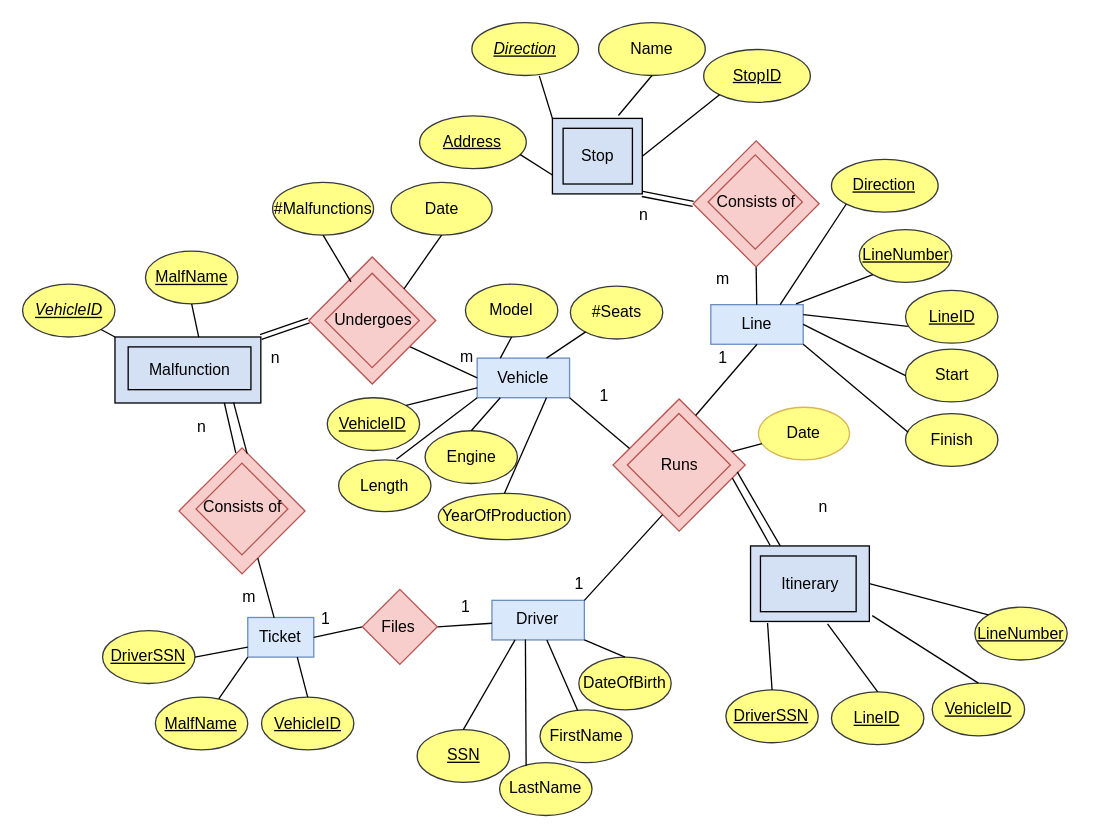
This is Untitled Diagram.drawio from kotsos2000/kotsos2000, a draw.io file, before an edit. Source tidied: cells renumbered, new cells numbered last; positions are measured from the earlier drawing's top-left corner, leaving out a move shared by most shapes. Both pictures are drawn from the tidied source at 132%, with x=0, y=0 at pixel (22, 22).
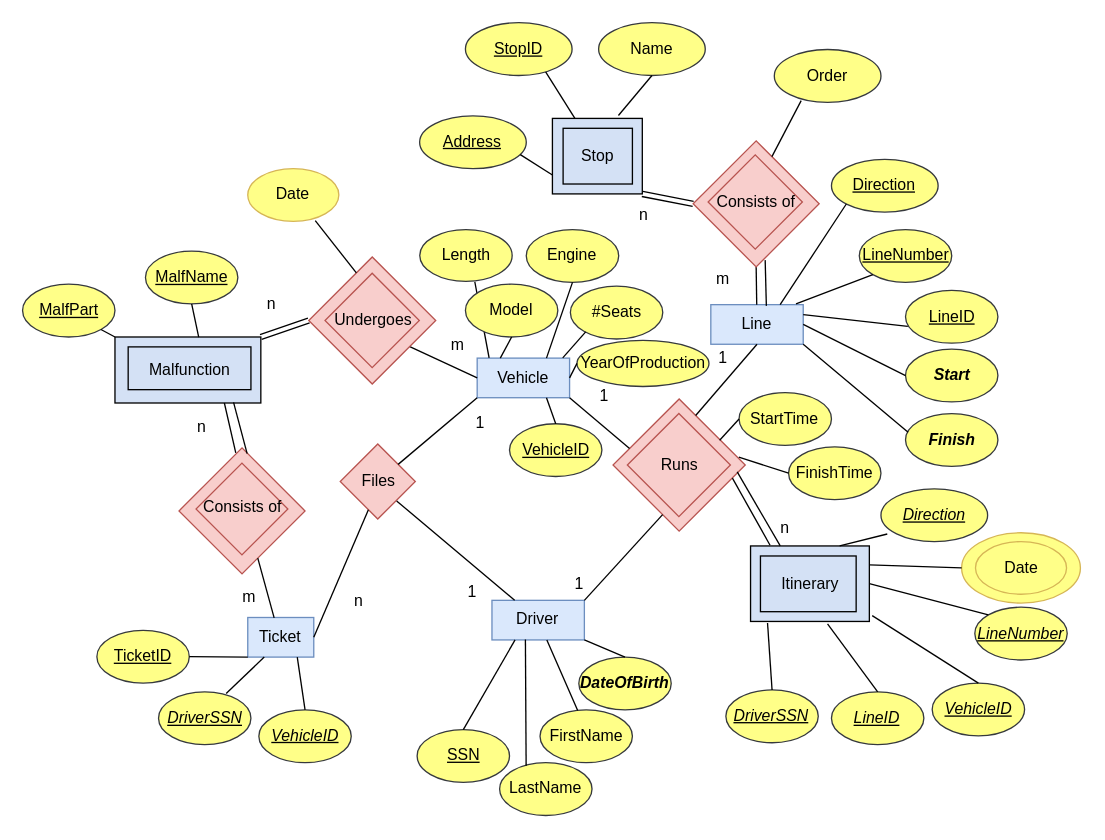
Above is the later version.

Unchanged cells that the change refers to:
```xml
<mxCell id="2" style="rounded=0;whiteSpace=wrap;html=1;fillColor=#D4E1F5;" parent="1" vertex="1">
  <mxGeometry x="551.1" y="396.1" width="90" height="57.2" as="geometry" />
</mxCell>
<mxCell id="3" value="&lt;div&gt;Vehicle&lt;/div&gt;" style="rounded=0;whiteSpace=wrap;html=1;fillColor=#dae8fc;strokeColor=#6c8ebf;" parent="1" vertex="1">
  <mxGeometry x="344" y="253.8" width="70" height="30" as="geometry" />
</mxCell>
<mxCell id="4" value="&lt;div&gt;Driver&lt;/div&gt;" style="rounded=0;whiteSpace=wrap;html=1;fillColor=#dae8fc;strokeColor=#6c8ebf;" parent="1" vertex="1">
  <mxGeometry x="355.2" y="437.3" width="70" height="30" as="geometry" />
</mxCell>
<mxCell id="5" value="&lt;div&gt;Line&lt;/div&gt;" style="rounded=0;whiteSpace=wrap;html=1;fillColor=#dae8fc;strokeColor=#6c8ebf;" parent="1" vertex="1">
  <mxGeometry x="521" y="213.3" width="70" height="30" as="geometry" />
</mxCell>
<mxCell id="6" value="&lt;div&gt;Ticket&lt;/div&gt;" style="rounded=0;whiteSpace=wrap;html=1;fillColor=#dae8fc;strokeColor=#6c8ebf;" parent="1" vertex="1">
  <mxGeometry x="170.2" y="450.3" width="50" height="30" as="geometry" />
</mxCell>
<mxCell id="26" style="rounded=0;whiteSpace=wrap;html=1;fillColor=#D4E1F5;" parent="1" vertex="1">
  <mxGeometry x="401" y="72.2" width="68.1" height="57.2" as="geometry" />
</mxCell>
<mxCell id="28" style="whiteSpace=wrap;html=1;rotation=45;fillColor=#f8cecc;strokeColor=#b85450;" parent="1" vertex="1">
  <mxGeometry x="461.6" y="299.4" width="70.8" height="70.8" as="geometry" />
</mxCell>
<mxCell id="31" style="whiteSpace=wrap;html=1;rotation=45;fillColor=#f8cecc;strokeColor=#b85450;" parent="1" vertex="1">
  <mxGeometry x="521.6" y="103.2" width="67.5" height="67.5" as="geometry" />
</mxCell>
<mxCell id="34" style="whiteSpace=wrap;html=1;rotation=45;fillColor=#f8cecc;strokeColor=#b85450;" parent="1" vertex="1">
  <mxGeometry x="230.5" y="191.3" width="68" height="68" as="geometry" />
</mxCell>
```

Diff of the diagram source:
```diff
@@
+    <mxCell id="117" style="ellipse;whiteSpace=wrap;html=1;fillColor=#FFFF88;strokeColor=#d6b656;" parent="1" vertex="1">
+      <mxGeometry x="711" y="386.1" width="90" height="53.3" as="geometry" />
+    </mxCell>
+    <mxCell id="19" style="whiteSpace=wrap;html=1;fillColor=#f8cecc;rotation=45;strokeColor=#b85450;" parent="1" vertex="1">
+      <mxGeometry x="248.6" y="327.2" width="40.2" height="40.2" as="geometry" />
+    </mxCell>
@@
     <mxCell id="10" value="m" style="text;html=1;align=center;verticalAlign=middle;strokeColor=none;fillColor=none;" parent="1" vertex="1">
-      <mxGeometry x="320.5" y="237.8" width="30" height="30" as="geometry" />
+      <mxGeometry x="314" y="229.3" width="30" height="30" as="geometry" />
     </mxCell>
@@
     <mxCell id="12" value="n" style="text;html=1;align=center;verticalAlign=middle;strokeColor=none;fillColor=none;" parent="1" vertex="1">
-      <mxGeometry x="175.9" y="239.2" width="30" height="30" as="geometry" />
+      <mxGeometry x="172.6" y="197.8" width="30" height="30" as="geometry" />
     </mxCell>
@@
-    <mxCell id="15" style="endArrow=none;html=1;rounded=0;exitX=1;exitY=0;exitDx=0;exitDy=0;" parent="1" edge="1" source="19" target="4">
+    <mxCell id="15" style="endArrow=none;html=1;rounded=0;exitX=0.784;exitY=0.987;exitDx=0;exitDy=0;exitPerimeter=0;" parent="1" edge="1" source="20" target="4">
       <mxGeometry relative="1" as="geometry" />
     </mxCell>
-    <mxCell id="16" style="endArrow=none;html=1;rounded=0;exitX=1;exitY=0.5;exitDx=0;exitDy=0;entryX=0;entryY=1;entryDx=0;entryDy=0;" parent="1" edge="1" source="6" target="19">
+    <mxCell id="16" style="endArrow=none;html=1;rounded=0;exitX=1;exitY=0.5;exitDx=0;exitDy=0;entryX=0.75;entryY=1;entryDx=0;entryDy=0;" parent="1" edge="1" source="6" target="19">
       <mxGeometry relative="1" as="geometry" />
     </mxCell>
     <mxCell id="17" value="1" style="text;html=1;align=center;verticalAlign=middle;strokeColor=none;fillColor=none;" parent="1" vertex="1">
-      <mxGeometry x="320.4" y="428.4" width="30" height="30" as="geometry" />
+      <mxGeometry x="325.2" y="415.8" width="30" height="30" as="geometry" />
     </mxCell>
-    <mxCell id="18" value="1" style="text;html=1;align=center;verticalAlign=middle;strokeColor=none;fillColor=none;" parent="1" vertex="1">
-      <mxGeometry x="213.8" y="437.4" width="30" height="30" as="geometry" />
+    <mxCell id="18" value="n" style="text;html=1;align=center;verticalAlign=middle;strokeColor=none;fillColor=none;" parent="1" vertex="1">
+      <mxGeometry x="239.2" y="423.3" width="30" height="30" as="geometry" />
     </mxCell>
-    <mxCell id="19" style="whiteSpace=wrap;html=1;fillColor=#f8cecc;rotation=45;strokeColor=#b85450;" parent="1" vertex="1">
-      <mxGeometry x="265.3" y="437.3" width="40.2" height="40.2" as="geometry" />
-    </mxCell>
     <mxCell id="20" value="Files" style="text;html=1;align=center;verticalAlign=middle;points=[];strokeColor=none;fillColor=none;" parent="1" vertex="1">
-      <mxGeometry x="259" y="442.5" width="50" height="30" as="geometry" />
+      <mxGeometry x="243.8" y="332.4" width="50" height="30" as="geometry" />
     </mxCell>
@@
-    <mxCell id="45" value="&lt;u&gt;VehicleID&lt;/u&gt;" style="ellipse;whiteSpace=wrap;html=1;fillColor=#ffff88;strokeColor=#36393d;" parent="1" vertex="1">
-      <mxGeometry x="180.6" y="510.6" width="70" height="40" as="geometry" />
-    </mxCell>
-    <mxCell id="46" style="endArrow=none;html=1;rounded=0;exitX=0.5;exitY=0;exitDx=0;exitDy=0;entryX=0.75;entryY=1;entryDx=0;entryDy=0;" parent="1" edge="1" source="45" target="6">
-      <mxGeometry relative="1" as="geometry" />
-    </mxCell>
-    <mxCell id="47" value="&lt;u&gt;MalfName&lt;/u&gt;" style="ellipse;whiteSpace=wrap;html=1;fillColor=#ffff88;strokeColor=#36393d;" parent="1" vertex="1">
-      <mxGeometry x="100.2" y="510.6" width="70" height="40" as="geometry" />
-    </mxCell>
-    <mxCell id="48" style="endArrow=none;html=1;rounded=0;entryX=0;entryY=1;entryDx=0;entryDy=0;startArrow=none;" parent="1" edge="1" source="47" target="6">
-      <mxGeometry relative="1" as="geometry" />
-    </mxCell>
-    <mxCell id="49" value="&lt;u&gt;&lt;i&gt;VehicleID&lt;/i&gt;&lt;/u&gt;" style="ellipse;whiteSpace=wrap;html=1;fillColor=#ffff88;strokeColor=#36393d;" parent="1" vertex="1">
+    <mxCell id="49" value="&lt;u&gt;MalfPart&lt;/u&gt;" style="ellipse;whiteSpace=wrap;html=1;fillColor=#ffff88;strokeColor=#36393d;" parent="1" vertex="1">
       <mxGeometry x="-0.4" y="197.8" width="70" height="40" as="geometry" />
     </mxCell>
@@
-    <mxCell id="59" value="DateOfBirth" style="ellipse;whiteSpace=wrap;html=1;fillColor=#ffff88;strokeColor=#36393d;" parent="1" vertex="1">
+    <mxCell id="59" value="&lt;b&gt;&lt;i&gt;DateOfBirth&lt;/i&gt;&lt;/b&gt;" style="ellipse;whiteSpace=wrap;html=1;fillColor=#ffff88;strokeColor=#36393d;" parent="1" vertex="1">
       <mxGeometry x="421" y="480.3" width="70" height="40" as="geometry" />
     </mxCell>
@@
-    <mxCell id="61" value="&lt;u&gt;DriverSSN&lt;/u&gt;" style="ellipse;whiteSpace=wrap;html=1;fillColor=#ffff88;strokeColor=#36393d;" parent="1" vertex="1">
+    <mxCell id="61" value="&lt;i&gt;&lt;u&gt;DriverSSN&lt;/u&gt;&lt;/i&gt;" style="ellipse;whiteSpace=wrap;html=1;fillColor=#ffff88;strokeColor=#36393d;" parent="1" vertex="1">
       <mxGeometry x="532.4" y="505.2" width="70" height="40" as="geometry" />
     </mxCell>
@@
-    <mxCell id="63" value="&lt;u&gt;LineID&lt;/u&gt;" style="ellipse;whiteSpace=wrap;html=1;fillColor=#ffff88;strokeColor=#36393d;" parent="1" vertex="1">
+    <mxCell id="63" value="&lt;i&gt;&lt;u&gt;LineID&lt;/u&gt;&lt;/i&gt;" style="ellipse;whiteSpace=wrap;html=1;fillColor=#ffff88;strokeColor=#36393d;" parent="1" vertex="1">
       <mxGeometry x="612.4" y="506.6" width="70" height="40" as="geometry" />
     </mxCell>
@@
-    <mxCell id="65" value="&lt;u&gt;VehicleID&lt;/u&gt;" style="ellipse;whiteSpace=wrap;html=1;fillColor=#ffff88;strokeColor=#36393d;" parent="1" vertex="1">
+    <mxCell id="65" value="&lt;i&gt;&lt;u&gt;VehicleID&lt;/u&gt;&lt;/i&gt;" style="ellipse;whiteSpace=wrap;html=1;fillColor=#ffff88;strokeColor=#36393d;" parent="1" vertex="1">
       <mxGeometry x="688.7" y="500" width="70" height="40" as="geometry" />
     </mxCell>
@@
     <mxCell id="67" value="&lt;u&gt;VehicleID&lt;/u&gt;" style="ellipse;whiteSpace=wrap;html=1;fillColor=#ffff88;strokeColor=#36393d;" parent="1" vertex="1">
-      <mxGeometry x="230.4" y="283.8" width="70" height="40" as="geometry" />
+      <mxGeometry x="368.5" y="303.5" width="70" height="40" as="geometry" />
     </mxCell>
-    <mxCell id="68" style="endArrow=none;html=1;rounded=0;exitX=1;exitY=0;exitDx=0;exitDy=0;entryX=0;entryY=0.75;entryDx=0;entryDy=0;" parent="1" edge="1" source="67" target="3">
+    <mxCell id="68" style="endArrow=none;html=1;rounded=0;exitX=0.5;exitY=0;exitDx=0;exitDy=0;entryX=0.75;entryY=1;entryDx=0;entryDy=0;" parent="1" edge="1" source="67" target="3">
       <mxGeometry relative="1" as="geometry" />
     </mxCell>
     <mxCell id="69" value="Engine" style="ellipse;whiteSpace=wrap;html=1;fillColor=#ffff88;strokeColor=#36393d;" parent="1" vertex="1">
-      <mxGeometry x="304.5" y="308.8" width="70" height="40" as="geometry" />
+      <mxGeometry x="381.2" y="156.4" width="70" height="40" as="geometry" />
     </mxCell>
-    <mxCell id="70" style="endArrow=none;html=1;rounded=0;exitX=0.5;exitY=0;exitDx=0;exitDy=0;entryX=0.25;entryY=1;entryDx=0;entryDy=0;" parent="1" edge="1" source="69" target="3">
+    <mxCell id="70" style="endArrow=none;html=1;rounded=0;exitX=0.5;exitY=1;exitDx=0;exitDy=0;entryX=0.75;entryY=0;entryDx=0;entryDy=0;" parent="1" edge="1" source="69" target="3">
       <mxGeometry relative="1" as="geometry" />
     </mxCell>
     <mxCell id="71" value="YearOfProduction" style="ellipse;whiteSpace=wrap;html=1;fillColor=#ffff88;strokeColor=#36393d;" parent="1" vertex="1">
-      <mxGeometry x="314.6" y="356.3" width="100" height="35" as="geometry" />
+      <mxGeometry x="419.6" y="240.3" width="100" height="35" as="geometry" />
     </mxCell>
-    <mxCell id="72" style="endArrow=none;html=1;rounded=0;exitX=0.5;exitY=0;exitDx=0;exitDy=0;entryX=0.75;entryY=1;entryDx=0;entryDy=0;" parent="1" edge="1" source="71" target="3">
+    <mxCell id="72" style="endArrow=none;html=1;rounded=0;exitX=0;exitY=0.5;exitDx=0;exitDy=0;entryX=1;entryY=0.5;entryDx=0;entryDy=0;" parent="1" edge="1" source="71" target="3">
       <mxGeometry relative="1" as="geometry" />
     </mxCell>
     <mxCell id="73" value="Length" style="ellipse;whiteSpace=wrap;html=1;fillColor=#ffff88;strokeColor=#36393d;" parent="1" vertex="1">
-      <mxGeometry x="239" y="330.9" width="70" height="39.2" as="geometry" />
+      <mxGeometry x="300.5" y="156.4" width="70" height="39.2" as="geometry" />
     </mxCell>
-    <mxCell id="74" style="endArrow=none;html=1;rounded=0;entryX=0;entryY=1;entryDx=0;entryDy=0;exitX=0.626;exitY=-0.012;exitDx=0;exitDy=0;exitPerimeter=0;" parent="1" edge="1" source="73" target="3">
+    <mxCell id="74" style="endArrow=none;html=1;rounded=0;entryX=0.129;entryY=-0.005;entryDx=0;entryDy=0;exitX=0.596;exitY=1.013;exitDx=0;exitDy=0;exitPerimeter=0;entryPerimeter=0;" parent="1" edge="1" source="73" target="3">
       <mxGeometry relative="1" as="geometry" />
     </mxCell>
@@
-    <mxCell id="76" style="endArrow=none;html=1;rounded=0;exitX=0.109;exitY=0.986;exitDx=0;exitDy=0;exitPerimeter=0;entryX=0.75;entryY=0;entryDx=0;entryDy=0;" parent="1" edge="1" target="3">
+    <mxCell id="76" style="endArrow=none;html=1;rounded=0;exitX=0.109;exitY=0.986;exitDx=0;exitDy=0;exitPerimeter=0;entryX=0.926;entryY=-0.005;entryDx=0;entryDy=0;entryPerimeter=0;" parent="1" edge="1" target="3">
       <mxGeometry relative="1" as="geometry">
         <mxPoint x="426.2" y="233.9" as="sourcePoint" />
       </mxGeometry>
     </mxCell>
@@
-    <mxCell id="81" value="Start" style="ellipse;whiteSpace=wrap;html=1;fillColor=#ffff88;strokeColor=#36393d;" parent="1" vertex="1">
+    <mxCell id="81" value="&lt;i&gt;&lt;b&gt;Start&lt;/b&gt;&lt;/i&gt;" style="ellipse;whiteSpace=wrap;html=1;fillColor=#ffff88;strokeColor=#36393d;" parent="1" vertex="1">
       <mxGeometry x="668.5" y="247" width="70" height="40" as="geometry" />
     </mxCell>
@@
-    <mxCell id="83" value="Finish" style="ellipse;whiteSpace=wrap;html=1;fillColor=#ffff88;strokeColor=#36393d;" parent="1" vertex="1">
+    <mxCell id="83" value="&lt;i&gt;&lt;b&gt;Finish&lt;/b&gt;&lt;/i&gt;" style="ellipse;whiteSpace=wrap;html=1;fillColor=#ffff88;strokeColor=#36393d;" parent="1" vertex="1">
       <mxGeometry x="668.5" y="295.8" width="70" height="40" as="geometry" />
     </mxCell>
@@
-    <mxCell id="87" value="&lt;i&gt;&lt;u&gt;Direction&lt;/u&gt;&lt;/i&gt;" style="ellipse;whiteSpace=wrap;html=1;fillColor=#ffff88;strokeColor=#36393d;" parent="1" vertex="1">
-      <mxGeometry x="340" y="-0.3" width="80.8" height="40" as="geometry" />
-    </mxCell>
-    <mxCell id="88" style="endArrow=none;html=1;rounded=0;exitX=0.632;exitY=1.007;exitDx=0;exitDy=0;exitPerimeter=0;entryX=0;entryY=0;entryDx=0;entryDy=0;" parent="1" edge="1" source="87" target="26">
-      <mxGeometry relative="1" as="geometry" />
-    </mxCell>
@@
-    <mxCell id="93" value="&lt;u&gt;DriverSSN&lt;/u&gt;" style="ellipse;whiteSpace=wrap;html=1;fillColor=#ffff88;strokeColor=#36393d;" parent="1" vertex="1">
-      <mxGeometry x="60.2" y="460.3" width="70" height="40" as="geometry" />
+    <mxCell id="93" value="&lt;i&gt;&lt;u&gt;DriverSSN&lt;/u&gt;&lt;/i&gt;" style="ellipse;whiteSpace=wrap;html=1;fillColor=#ffff88;strokeColor=#36393d;" parent="1" vertex="1">
+      <mxGeometry x="102.6" y="506.6" width="70" height="40" as="geometry" />
     </mxCell>
-    <mxCell id="94" style="endArrow=none;html=1;rounded=0;exitX=1;exitY=0.5;exitDx=0;exitDy=0;entryX=0;entryY=0.75;entryDx=0;entryDy=0;" parent="1" edge="1" source="93" target="6">
+    <mxCell id="94" style="endArrow=none;html=1;rounded=0;exitX=0.732;exitY=0.031;exitDx=0;exitDy=0;entryX=0.25;entryY=1;entryDx=0;entryDy=0;exitPerimeter=0;" parent="1" edge="1" source="93" target="6">
       <mxGeometry relative="1" as="geometry" />
     </mxCell>
-    <mxCell id="95" value="#Malfunctions" style="ellipse;whiteSpace=wrap;html=1;fillColor=#ffff88;strokeColor=#36393d;" parent="1" vertex="1">
-      <mxGeometry x="189" y="120.6" width="76.5" height="40" as="geometry" />
-    </mxCell>
-    <mxCell id="96" style="endArrow=none;html=1;rounded=0;entryX=0.5;entryY=1;entryDx=0;entryDy=0;exitX=0.028;exitY=0.363;exitDx=0;exitDy=0;exitPerimeter=0;" parent="1" edge="1" source="34" target="95">
-      <mxGeometry relative="1" as="geometry" />
-    </mxCell>
@@
     <mxCell id="102" value="n" style="text;html=1;align=center;verticalAlign=middle;strokeColor=none;fillColor=none;" parent="1" vertex="1">
-      <mxGeometry x="591.1" y="351.6" width="30" height="30" as="geometry" />
+      <mxGeometry x="562.4" y="367.5" width="30" height="30" as="geometry" />
     </mxCell>
@@
     <mxCell id="106" value="Date" style="ellipse;whiteSpace=wrap;html=1;fillColor=#FFFF88;strokeColor=#d6b656;" parent="1" vertex="1">
-      <mxGeometry x="557.1" y="291" width="69" height="39.9" as="geometry" />
+      <mxGeometry x="721.5" y="392.8" width="69" height="39.9" as="geometry" />
     </mxCell>
-    <mxCell id="107" style="endArrow=none;html=1;rounded=0;" parent="1" edge="1" source="106" target="28">
+    <mxCell id="107" style="endArrow=none;html=1;rounded=0;entryX=1;entryY=0.25;entryDx=0;entryDy=0;exitX=0;exitY=0.5;exitDx=0;exitDy=0;" parent="1" edge="1" source="117" target="2">
       <mxGeometry relative="1" as="geometry" />
     </mxCell>
@@
-    <mxCell id="109" value="Date" style="ellipse;whiteSpace=wrap;html=1;fillColor=#ffff88;strokeColor=#36393d;" parent="1" vertex="1">
-      <mxGeometry x="278.8" y="120.6" width="76.5" height="40" as="geometry" />
-    </mxCell>
-    <mxCell id="110" style="endArrow=none;html=1;rounded=0;entryX=0.5;entryY=1;entryDx=0;entryDy=0;exitX=0.5;exitY=0;exitDx=0;exitDy=0;" parent="1" edge="1" source="34" target="109">
-      <mxGeometry relative="1" as="geometry" />
-    </mxCell>
-    <mxCell id="111" value="&lt;u&gt;LineNumber&lt;/u&gt;" style="ellipse;whiteSpace=wrap;html=1;fillColor=#ffff88;strokeColor=#36393d;" parent="1" vertex="1">
+    <mxCell id="111" value="&lt;i&gt;&lt;u&gt;LineNumber&lt;/u&gt;&lt;/i&gt;" style="ellipse;whiteSpace=wrap;html=1;fillColor=#ffff88;strokeColor=#36393d;" parent="1" vertex="1">
       <mxGeometry x="721" y="442.5" width="70" height="40" as="geometry" />
     </mxCell>
@@
     <mxCell id="113" value="&lt;u&gt;StopID&lt;/u&gt;" style="ellipse;whiteSpace=wrap;html=1;fillColor=#ffff88;strokeColor=#36393d;" parent="1" vertex="1">
-      <mxGeometry x="515.6" y="20" width="80.8" height="40" as="geometry" />
+      <mxGeometry x="335.1" y="-0.3" width="80.8" height="40" as="geometry" />
     </mxCell>
-    <mxCell id="114" style="endArrow=none;html=1;rounded=0;exitX=0;exitY=1;exitDx=0;exitDy=0;entryX=1;entryY=0.5;entryDx=0;entryDy=0;" parent="1" edge="1" source="113" target="26">
+    <mxCell id="114" style="endArrow=none;html=1;rounded=0;entryX=0.25;entryY=0;entryDx=0;entryDy=0;exitX=0.752;exitY=0.93;exitDx=0;exitDy=0;exitPerimeter=0;" parent="1" edge="1" source="113" target="26">
       <mxGeometry relative="1" as="geometry" />
     </mxCell>
@@
+    <mxCell id="118" style="endArrow=none;html=1;rounded=0;exitX=0;exitY=1;exitDx=0;exitDy=0;" parent="1" edge="1" source="3" target="19">
+      <mxGeometry relative="1" as="geometry" />
+    </mxCell>
+    <mxCell id="45" value="&lt;i&gt;&lt;u&gt;VehicleID&lt;/u&gt;&lt;/i&gt;" style="ellipse;whiteSpace=wrap;html=1;fillColor=#ffff88;strokeColor=#36393d;" parent="1" vertex="1">
+      <mxGeometry x="178.6" y="520.3" width="70" height="40" as="geometry" />
+    </mxCell>
+    <mxCell id="119" style="endArrow=none;html=1;rounded=0;exitX=0.75;exitY=1;exitDx=0;exitDy=0;entryX=0.5;entryY=0;entryDx=0;entryDy=0;" parent="1" edge="1" source="6" target="45">
+      <mxGeometry relative="1" as="geometry" />
+    </mxCell>
+    <mxCell id="120" value="1" style="text;html=1;align=center;verticalAlign=middle;strokeColor=none;fillColor=none;" parent="1" vertex="1">
+      <mxGeometry x="331" y="287.8" width="30" height="30" as="geometry" />
+    </mxCell>
+    <mxCell id="121" value="&lt;u&gt;TicketID&lt;/u&gt;" style="ellipse;whiteSpace=wrap;html=1;fillColor=#ffff88;strokeColor=#36393d;" parent="1" vertex="1">
+      <mxGeometry x="55.9" y="460" width="70" height="40" as="geometry" />
+    </mxCell>
+    <mxCell id="122" style="endArrow=none;html=1;rounded=0;exitX=1;exitY=0.5;exitDx=0;exitDy=0;entryX=0;entryY=1;entryDx=0;entryDy=0;" parent="1" edge="1" source="121" target="6">
+      <mxGeometry relative="1" as="geometry" />
+    </mxCell>
+    <mxCell id="123" style="endArrow=none;html=1;rounded=0;exitX=1.018;exitY=0.875;exitDx=0;exitDy=0;exitPerimeter=0;entryX=0.601;entryY=0.031;entryDx=0;entryDy=0;entryPerimeter=0;" parent="1" edge="1" source="31" target="5">
+      <mxGeometry relative="1" as="geometry" />
+    </mxCell>
+    <mxCell id="109" value="Date" style="ellipse;whiteSpace=wrap;html=1;fillColor=#FFFF88;strokeColor=#d6b656;" parent="1" vertex="1">
+      <mxGeometry x="170.2" y="110.3" width="69" height="39.9" as="geometry" />
+    </mxCell>
+    <mxCell id="124" style="endArrow=none;html=1;rounded=0;entryX=0;entryY=0.25;entryDx=0;entryDy=0;exitX=0.741;exitY=0.986;exitDx=0;exitDy=0;exitPerimeter=0;" parent="1" edge="1" source="109" target="34">
+      <mxGeometry relative="1" as="geometry" />
+    </mxCell>
+    <mxCell id="125" value="StartTime" style="ellipse;whiteSpace=wrap;html=1;fillColor=#ffff88;strokeColor=#36393d;" parent="1" vertex="1">
+      <mxGeometry x="542.4" y="279.9" width="70" height="40" as="geometry" />
+    </mxCell>
+    <mxCell id="126" value="FinishTime" style="ellipse;whiteSpace=wrap;html=1;fillColor=#ffff88;strokeColor=#36393d;" parent="1" vertex="1">
+      <mxGeometry x="579.9" y="321" width="70" height="40" as="geometry" />
+    </mxCell>
+    <mxCell id="127" style="endArrow=none;html=1;rounded=0;exitX=0.619;exitY=0.006;exitDx=0;exitDy=0;exitPerimeter=0;entryX=0;entryY=0.5;entryDx=0;entryDy=0;" parent="1" edge="1" source="28" target="125">
+      <mxGeometry relative="1" as="geometry" />
+    </mxCell>
+    <mxCell id="128" style="endArrow=none;html=1;rounded=0;exitX=0.891;exitY=-0.012;exitDx=0;exitDy=0;exitPerimeter=0;entryX=0;entryY=0.5;entryDx=0;entryDy=0;" parent="1" edge="1" source="28" target="126">
+      <mxGeometry relative="1" as="geometry" />
+    </mxCell>
+    <mxCell id="129" value="Order" style="ellipse;whiteSpace=wrap;html=1;fillColor=#ffff88;strokeColor=#36393d;" parent="1" vertex="1">
+      <mxGeometry x="569.1" y="20" width="80.8" height="40" as="geometry" />
+    </mxCell>
+    <mxCell id="130" style="endArrow=none;html=1;rounded=0;exitX=0.252;exitY=0.968;exitDx=0;exitDy=0;exitPerimeter=0;entryX=0.25;entryY=0;entryDx=0;entryDy=0;" parent="1" edge="1" source="129" target="31">
+      <mxGeometry relative="1" as="geometry" />
+    </mxCell>
+    <mxCell id="87" value="&lt;i&gt;&lt;u&gt;Direction&lt;/u&gt;&lt;/i&gt;" style="ellipse;whiteSpace=wrap;html=1;fillColor=#ffff88;strokeColor=#36393d;" parent="1" vertex="1">
+      <mxGeometry x="649.9" y="352.8" width="80.8" height="40" as="geometry" />
+    </mxCell>
+    <mxCell id="131" style="endArrow=none;html=1;rounded=0;exitX=0.75;exitY=0;exitDx=0;exitDy=0;entryX=0.059;entryY=0.856;entryDx=0;entryDy=0;entryPerimeter=0;" parent="1" edge="1" source="2" target="87">
+      <mxGeometry relative="1" as="geometry" />
+    </mxCell>
```
